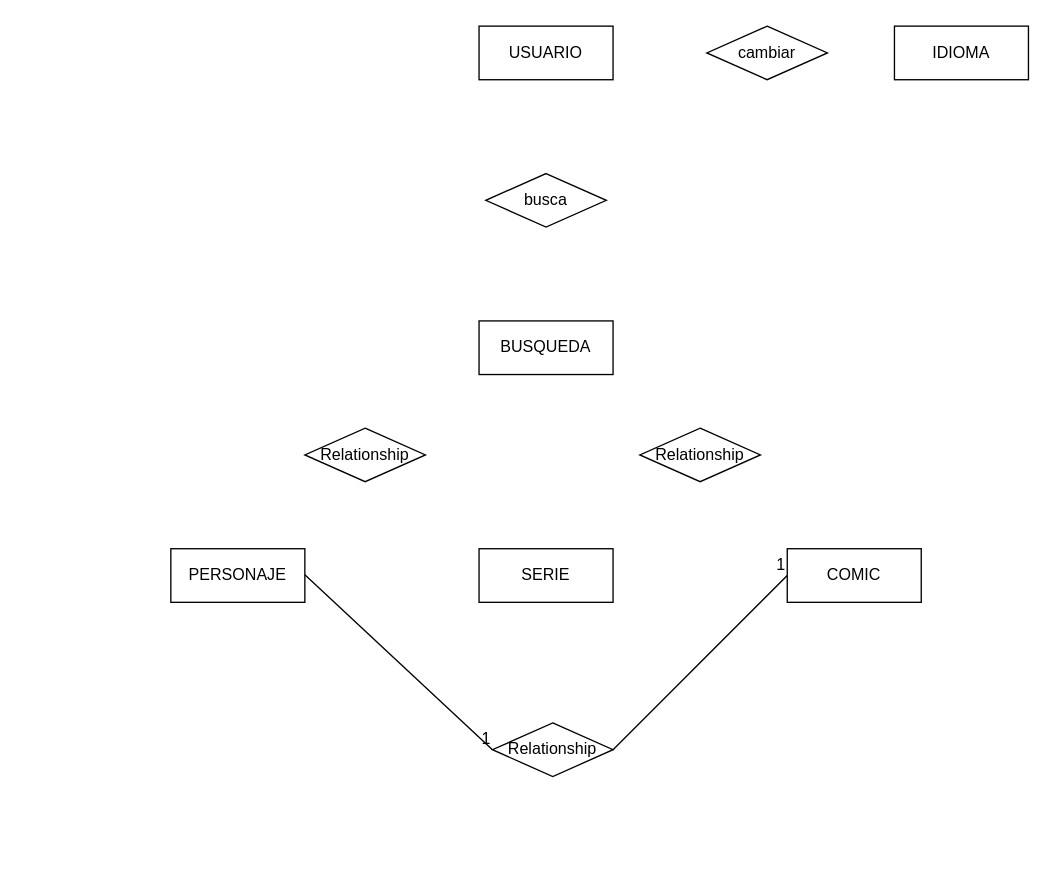
The draw.io diagram DiagramaEntidadRelacion.drawio in MarvelAPIProject/Marvel, before the edit. Source tidied: cells renumbered, new cells numbered last; positions are measured from the earlier drawing's top-left corner, leaving out a move shared by most shapes. Both pictures are drawn from the tidied source at 134%, with x=0, y=0 at pixel (170, 25).
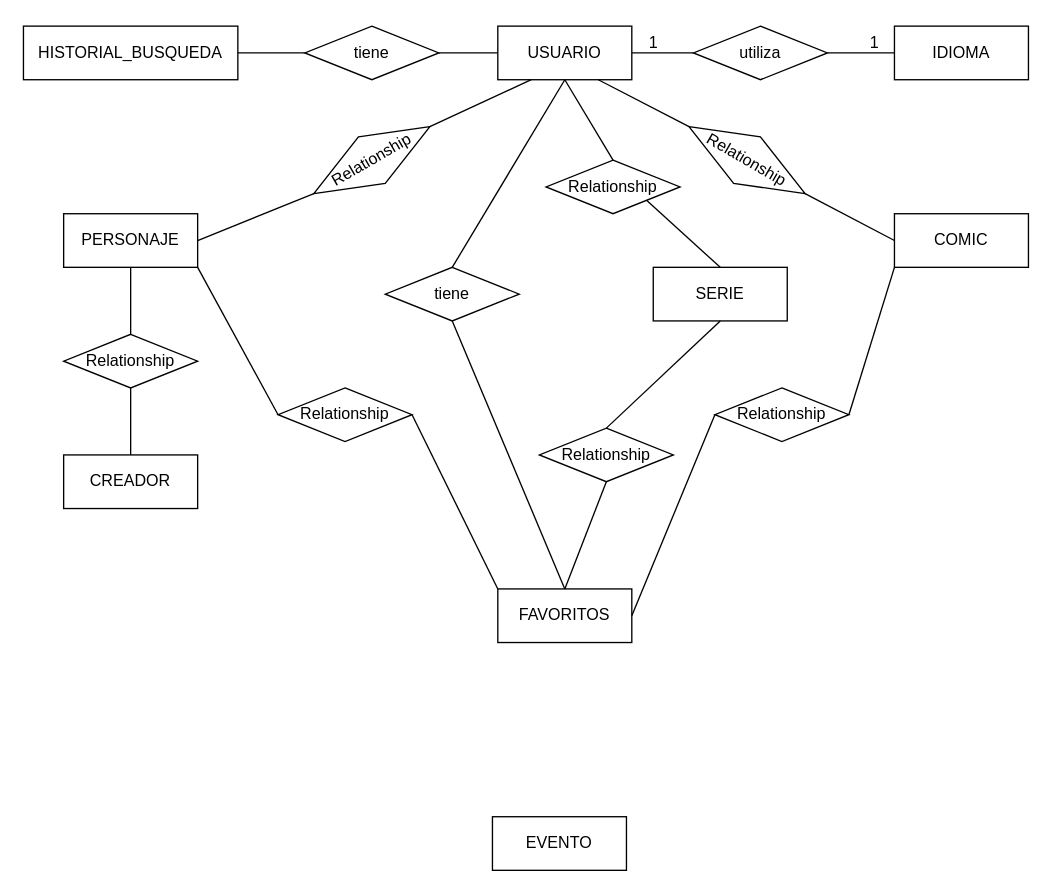
After the change.

Commit message:
DiagramaE-R Planteado y casi terminado

Unchanged cells that the change refers to:
```xml
<mxCell id="10" value="IDIOMA" style="whiteSpace=wrap;html=1;align=center;" parent="1" vertex="1">
  <mxGeometry x="540" width="100" height="40" as="geometry" />
</mxCell>
```

Diff of the diagram source:
```diff
@@
-    <mxCell id="2" value="BUSQUEDA" style="whiteSpace=wrap;html=1;align=center;" parent="1" vertex="1">
-      <mxGeometry x="230" y="220" width="100" height="40" as="geometry" />
+    <mxCell id="2" value="EVENTO" style="whiteSpace=wrap;html=1;align=center;" parent="1" vertex="1">
+      <mxGeometry x="240" y="590" width="100" height="40" as="geometry" />
     </mxCell>
     <mxCell id="3" value="COMIC" style="whiteSpace=wrap;html=1;align=center;" parent="1" vertex="1">
-      <mxGeometry x="460" y="390" width="100" height="40" as="geometry" />
+      <mxGeometry x="540" y="140" width="100" height="40" as="geometry" />
     </mxCell>
     <mxCell id="4" value="SERIE" style="whiteSpace=wrap;html=1;align=center;" parent="1" vertex="1">
-      <mxGeometry x="230" y="390" width="100" height="40" as="geometry" />
+      <mxGeometry x="360" y="180" width="100" height="40" as="geometry" />
     </mxCell>
     <mxCell id="5" value="PERSONAJE" style="whiteSpace=wrap;html=1;align=center;" parent="1" vertex="1">
-      <mxGeometry y="390" width="100" height="40" as="geometry" />
+      <mxGeometry x="-80" y="140" width="100" height="40" as="geometry" />
     </mxCell>
     <mxCell id="6" value="USUARIO" style="whiteSpace=wrap;html=1;align=center;" parent="1" vertex="1">
-      <mxGeometry x="230" width="100" height="40" as="geometry" />
+      <mxGeometry x="244" width="100" height="40" as="geometry" />
     </mxCell>
-    <mxCell id="7" value="busca" style="shape=rhombus;perimeter=rhombusPerimeter;whiteSpace=wrap;html=1;align=center;" parent="1" vertex="1">
-      <mxGeometry x="235" y="110" width="90" height="40" as="geometry" />
-    </mxCell>
-    <mxCell id="8" value="Relationship" style="shape=rhombus;perimeter=rhombusPerimeter;whiteSpace=wrap;html=1;align=center;" parent="1" vertex="1">
-      <mxGeometry x="100" y="300" width="90" height="40" as="geometry" />
-    </mxCell>
-    <mxCell id="9" value="Relationship" style="shape=rhombus;perimeter=rhombusPerimeter;whiteSpace=wrap;html=1;align=center;" parent="1" vertex="1">
-      <mxGeometry x="350" y="300" width="90" height="40" as="geometry" />
-    </mxCell>
@@
-    <mxCell id="11" value="cambiar" style="shape=rhombus;perimeter=rhombusPerimeter;whiteSpace=wrap;html=1;align=center;" parent="1" vertex="1">
-      <mxGeometry x="400" width="90" height="40" as="geometry" />
-    </mxCell>
-    <mxCell id="12" value="Relationship" style="shape=rhombus;perimeter=rhombusPerimeter;whiteSpace=wrap;html=1;align=center;" parent="1" vertex="1">
-      <mxGeometry x="240" y="520" width="90" height="40" as="geometry" />
-    </mxCell>
-    <mxCell id="13" style="endArrow=none;html=1;rounded=0;entryX=0;entryY=0.5;entryDx=0;entryDy=0;" parent="1" edge="1" target="12">
-      <mxGeometry relative="1" as="geometry">
-        <mxPoint x="100" y="409.5" as="sourcePoint" />
-      </mxGeometry>
-    </mxCell>
-    <mxCell id="14" value="1" style="html=1;whiteSpace=wrap;align=right;verticalAlign=bottom;" parent="13" vertex="1">
-      <mxGeometry x="1" relative="1" as="geometry" />
-    </mxCell>
-    <mxCell id="15" style="endArrow=none;html=1;rounded=0;entryX=0;entryY=0.5;entryDx=0;entryDy=0;exitX=1;exitY=0.5;exitDx=0;exitDy=0;" parent="1" edge="1" source="12" target="3">
-      <mxGeometry relative="1" as="geometry" />
-    </mxCell>
-    <mxCell id="16" value="1" style="html=1;whiteSpace=wrap;align=right;verticalAlign=bottom;" parent="15" vertex="1">
-      <mxGeometry x="1" relative="1" as="geometry" />
-    </mxCell>
+    <mxCell id="17" value="CREADOR" style="whiteSpace=wrap;html=1;align=center;" parent="1" vertex="1">
+      <mxGeometry x="-80" y="320" width="100" height="40" as="geometry" />
+    </mxCell>
+    <mxCell id="18" value="HISTORIAL_BUSQUEDA" style="whiteSpace=wrap;html=1;align=center;" parent="1" vertex="1">
+      <mxGeometry x="-110" width="160" height="40" as="geometry" />
+    </mxCell>
+    <mxCell id="19" value="FAVORITOS" style="whiteSpace=wrap;html=1;align=center;" parent="1" vertex="1">
+      <mxGeometry x="244" y="420" width="100" height="40" as="geometry" />
+    </mxCell>
+    <mxCell id="20" value="tiene" style="shape=rhombus;perimeter=rhombusPerimeter;whiteSpace=wrap;html=1;align=center;" parent="1" vertex="1">
+      <mxGeometry x="100" width="100" height="40" as="geometry" />
+    </mxCell>
+    <mxCell id="21" value="utiliza" style="shape=rhombus;perimeter=rhombusPerimeter;whiteSpace=wrap;html=1;align=center;" parent="1" vertex="1">
+      <mxGeometry x="390" width="100" height="40" as="geometry" />
+    </mxCell>
+    <mxCell id="22" value="Relationship" style="shape=rhombus;perimeter=rhombusPerimeter;whiteSpace=wrap;html=1;align=center;rotation=-30;" parent="1" vertex="1">
+      <mxGeometry x="100" y="80" width="100" height="40" as="geometry" />
+    </mxCell>
+    <mxCell id="23" value="Relationship" style="shape=rhombus;perimeter=rhombusPerimeter;whiteSpace=wrap;html=1;align=center;rotation=30;" parent="1" vertex="1">
+      <mxGeometry x="380" y="80" width="100" height="40" as="geometry" />
+    </mxCell>
+    <mxCell id="24" value="Relationship" style="shape=rhombus;perimeter=rhombusPerimeter;whiteSpace=wrap;html=1;align=center;" parent="1" vertex="1">
+      <mxGeometry x="280" y="100" width="100" height="40" as="geometry" />
+    </mxCell>
+    <mxCell id="25" style="endArrow=none;html=1;rounded=0;exitX=1;exitY=0.5;exitDx=0;exitDy=0;entryX=0;entryY=0.5;entryDx=0;entryDy=0;" parent="1" edge="1" source="18" target="20">
+      <mxGeometry relative="1" as="geometry" />
+    </mxCell>
+    <mxCell id="26" style="endArrow=none;html=1;rounded=0;entryX=0;entryY=0.5;entryDx=0;entryDy=0;exitX=1;exitY=0.5;exitDx=0;exitDy=0;" parent="1" edge="1" source="20" target="6">
+      <mxGeometry relative="1" as="geometry" />
+    </mxCell>
+    <mxCell id="27" style="endArrow=none;html=1;rounded=0;exitX=1;exitY=0.5;exitDx=0;exitDy=0;entryX=0;entryY=0.5;entryDx=0;entryDy=0;" parent="1" edge="1" source="6" target="21">
+      <mxGeometry relative="1" as="geometry" />
+    </mxCell>
+    <mxCell id="28" style="endArrow=none;html=1;rounded=0;exitX=1;exitY=0.5;exitDx=0;exitDy=0;entryX=0;entryY=0.5;entryDx=0;entryDy=0;" parent="1" edge="1" source="21" target="10">
+      <mxGeometry relative="1" as="geometry" />
+    </mxCell>
+    <mxCell id="29" style="endArrow=none;html=1;rounded=0;exitX=1;exitY=0.5;exitDx=0;exitDy=0;entryX=0;entryY=0.5;entryDx=0;entryDy=0;" parent="1" edge="1" source="23" target="3">
+      <mxGeometry relative="1" as="geometry" />
+    </mxCell>
+    <mxCell id="30" style="endArrow=none;html=1;rounded=0;exitX=0.75;exitY=1;exitDx=0;exitDy=0;entryX=0;entryY=0.5;entryDx=0;entryDy=0;" parent="1" edge="1" source="6" target="23">
+      <mxGeometry relative="1" as="geometry" />
+    </mxCell>
+    <mxCell id="31" style="endArrow=none;html=1;rounded=0;exitX=0.25;exitY=1;exitDx=0;exitDy=0;entryX=1;entryY=0.5;entryDx=0;entryDy=0;" parent="1" edge="1" source="6" target="22">
+      <mxGeometry relative="1" as="geometry" />
+    </mxCell>
+    <mxCell id="32" style="endArrow=none;html=1;rounded=0;exitX=0;exitY=0.5;exitDx=0;exitDy=0;entryX=1;entryY=0.5;entryDx=0;entryDy=0;" parent="1" edge="1" source="22" target="5">
+      <mxGeometry relative="1" as="geometry" />
+    </mxCell>
+    <mxCell id="33" style="endArrow=none;html=1;rounded=0;exitX=0.5;exitY=1;exitDx=0;exitDy=0;entryX=0.5;entryY=0;entryDx=0;entryDy=0;" parent="1" edge="1" source="6" target="24">
+      <mxGeometry relative="1" as="geometry" />
+    </mxCell>
+    <mxCell id="34" style="endArrow=none;html=1;rounded=0;exitX=0.5;exitY=0;exitDx=0;exitDy=0;entryX=1;entryY=1;entryDx=0;entryDy=0;" parent="1" edge="1" source="4" target="24">
+      <mxGeometry relative="1" as="geometry" />
+    </mxCell>
+    <mxCell id="35" value="Relationship" style="shape=rhombus;perimeter=rhombusPerimeter;whiteSpace=wrap;html=1;align=center;" parent="1" vertex="1">
+      <mxGeometry x="-80" y="230" width="100" height="40" as="geometry" />
+    </mxCell>
+    <mxCell id="36" style="endArrow=none;html=1;rounded=0;exitX=0.5;exitY=0;exitDx=0;exitDy=0;entryX=0.5;entryY=1;entryDx=0;entryDy=0;" parent="1" edge="1" source="35" target="5">
+      <mxGeometry relative="1" as="geometry" />
+    </mxCell>
+    <mxCell id="37" style="endArrow=none;html=1;rounded=0;exitX=0.5;exitY=1;exitDx=0;exitDy=0;entryX=0.5;entryY=0;entryDx=0;entryDy=0;" parent="1" edge="1" source="35" target="17">
+      <mxGeometry relative="1" as="geometry" />
+    </mxCell>
+    <mxCell id="38" style="endArrow=none;html=1;rounded=0;entryX=0;entryY=0.5;entryDx=0;entryDy=0;exitX=1;exitY=1;exitDx=0;exitDy=0;" parent="1" edge="1" source="5" target="39">
+      <mxGeometry relative="1" as="geometry" />
+    </mxCell>
+    <mxCell id="39" value="Relationship" style="shape=rhombus;perimeter=rhombusPerimeter;whiteSpace=wrap;html=1;align=center;rotation=0;" parent="1" vertex="1">
+      <mxGeometry x="80" y="270" width="100" height="40" as="geometry" />
+    </mxCell>
+    <mxCell id="40" style="endArrow=none;html=1;rounded=0;entryX=1;entryY=0.5;entryDx=0;entryDy=0;exitX=0;exitY=0;exitDx=0;exitDy=0;" parent="1" edge="1" source="19" target="39">
+      <mxGeometry relative="1" as="geometry" />
+    </mxCell>
+    <mxCell id="41" value="Relationship" style="shape=rhombus;perimeter=rhombusPerimeter;whiteSpace=wrap;html=1;align=center;rotation=0;" parent="1" vertex="1">
+      <mxGeometry x="275" y="300" width="100" height="40" as="geometry" />
+    </mxCell>
+    <mxCell id="42" style="endArrow=none;html=1;rounded=0;exitX=0.5;exitY=0;exitDx=0;exitDy=0;entryX=0.5;entryY=1;entryDx=0;entryDy=0;" parent="1" edge="1" source="41" target="4">
+      <mxGeometry relative="1" as="geometry" />
+    </mxCell>
+    <mxCell id="43" style="endArrow=none;html=1;rounded=0;exitX=0.5;exitY=1;exitDx=0;exitDy=0;entryX=0.5;entryY=0;entryDx=0;entryDy=0;" parent="1" edge="1" source="41" target="19">
+      <mxGeometry relative="1" as="geometry" />
+    </mxCell>
+    <mxCell id="44" style="endArrow=none;html=1;rounded=0;entryX=0;entryY=0.5;entryDx=0;entryDy=0;exitX=1;exitY=0.5;exitDx=0;exitDy=0;" parent="1" edge="1" source="19" target="45">
+      <mxGeometry relative="1" as="geometry" />
+    </mxCell>
+    <mxCell id="45" value="Relationship" style="shape=rhombus;perimeter=rhombusPerimeter;whiteSpace=wrap;html=1;align=center;rotation=0;" parent="1" vertex="1">
+      <mxGeometry x="406" y="270" width="100" height="40" as="geometry" />
+    </mxCell>
+    <mxCell id="46" style="endArrow=none;html=1;rounded=0;entryX=1;entryY=0.5;entryDx=0;entryDy=0;exitX=0;exitY=1;exitDx=0;exitDy=0;" parent="1" edge="1" source="3" target="45">
+      <mxGeometry relative="1" as="geometry" />
+    </mxCell>
+    <mxCell id="47" value="1" style="text;html=1;align=center;verticalAlign=middle;strokeColor=none;fillColor=none;" parent="1" vertex="1">
+      <mxGeometry x="345" y="-2" width="30" height="30" as="geometry" />
+    </mxCell>
+    <mxCell id="48" value="1" style="text;html=1;align=center;verticalAlign=middle;strokeColor=none;fillColor=none;" parent="1" vertex="1">
+      <mxGeometry x="510" y="-2" width="30" height="30" as="geometry" />
+    </mxCell>
+    <mxCell id="49" value="tiene" style="shape=rhombus;perimeter=rhombusPerimeter;whiteSpace=wrap;html=1;align=center;rotation=0;" parent="1" vertex="1">
+      <mxGeometry x="160" y="180" width="100" height="40" as="geometry" />
+    </mxCell>
+    <mxCell id="50" style="endArrow=none;html=1;rounded=0;exitX=0.5;exitY=1;exitDx=0;exitDy=0;entryX=0.5;entryY=0;entryDx=0;entryDy=0;" parent="1" edge="1" source="6" target="49">
+      <mxGeometry relative="1" as="geometry" />
+    </mxCell>
+    <mxCell id="51" style="endArrow=none;html=1;rounded=0;exitX=0.5;exitY=0;exitDx=0;exitDy=0;entryX=0.5;entryY=1;entryDx=0;entryDy=0;" parent="1" edge="1" source="19" target="49">
+      <mxGeometry relative="1" as="geometry" />
+    </mxCell>
```
